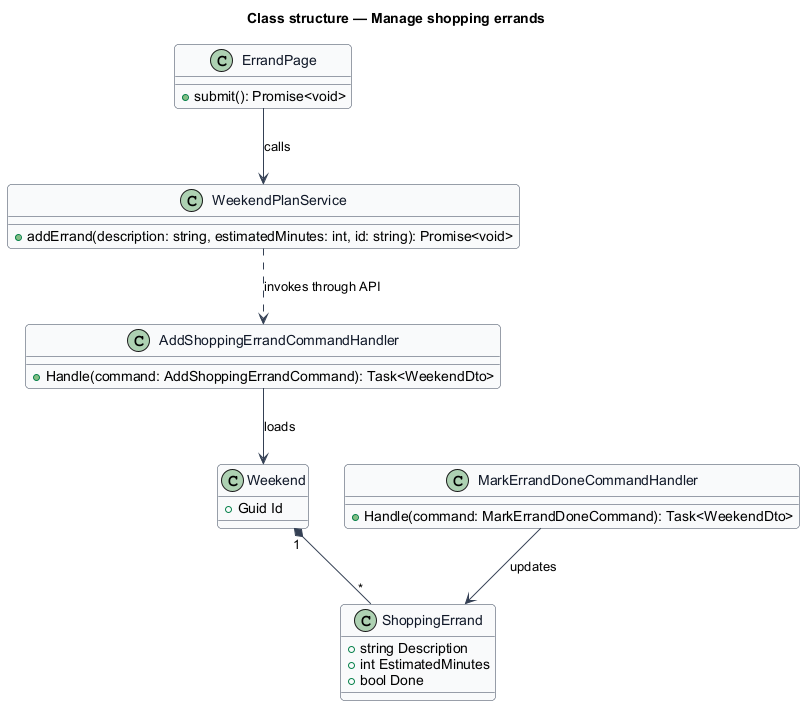
QuinntyneBrown/saturdaze keeps this PlantUML diagram as docs/detailed-designs/weekend-planning/manage-shopping-errands/diagrams/class-structure.png. Above is the earlier version. Source of this version:
```plantuml
@startuml
skinparam backgroundColor #FFFFFF
skinparam shadowing false
skinparam roundcorner 8
skinparam defaultFontName Arial
skinparam ArrowColor #344054
skinparam class {
  BorderColor #344054
  FontColor #101828
  BackgroundColor #F9FAFB
}
title Class structure — Manage shopping errands

class ErrandPage {
  +submit(): Promise<void>
}
class WeekendPlanService {
  +addErrand(description: string, estimatedMinutes: int, id: string): Promise<void>
}
class AddShoppingErrandCommandHandler {
  +Handle(command: AddShoppingErrandCommand): Task<WeekendDto>
}
class MarkErrandDoneCommandHandler {
  +Handle(command: MarkErrandDoneCommand): Task<WeekendDto>
}
class Weekend {
  +Guid Id
}
class ShoppingErrand {
  +string Description
  +int EstimatedMinutes
  +bool Done
}
ErrandPage --> WeekendPlanService : calls
WeekendPlanService ..> AddShoppingErrandCommandHandler : invokes through API
AddShoppingErrandCommandHandler --> Weekend : loads
Weekend "1" *-- "*" ShoppingErrand
MarkErrandDoneCommandHandler --> ShoppingErrand : updates
@enduml
```
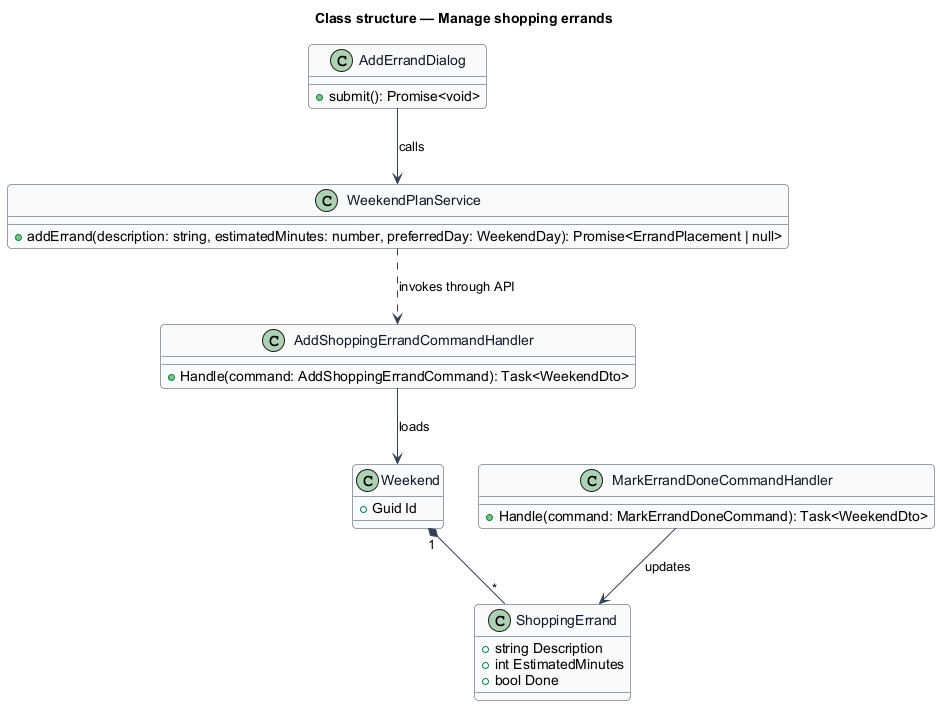
After the change.

Diff of the diagram source:
```diff
@@ -11,11 +11,11 @@
 }
 title Class structure — Manage shopping errands
 
-class ErrandPage {
+class AddErrandDialog {
   +submit(): Promise<void>
 }
 class WeekendPlanService {
-  +addErrand(description: string, estimatedMinutes: int, id: string): Promise<void>
+  +addErrand(description: string, estimatedMinutes: number, preferredDay: WeekendDay): Promise<ErrandPlacement | null>
 }
 class AddShoppingErrandCommandHandler {
   +Handle(command: AddShoppingErrandCommand): Task<WeekendDto>
@@ -31,7 +31,7 @@
   +int EstimatedMinutes
   +bool Done
 }
-ErrandPage --> WeekendPlanService : calls
+AddErrandDialog --> WeekendPlanService : calls
 WeekendPlanService ..> AddShoppingErrandCommandHandler : invokes through API
 AddShoppingErrandCommandHandler --> Weekend : loads
 Weekend "1" *-- "*" ShoppingErrand
```
